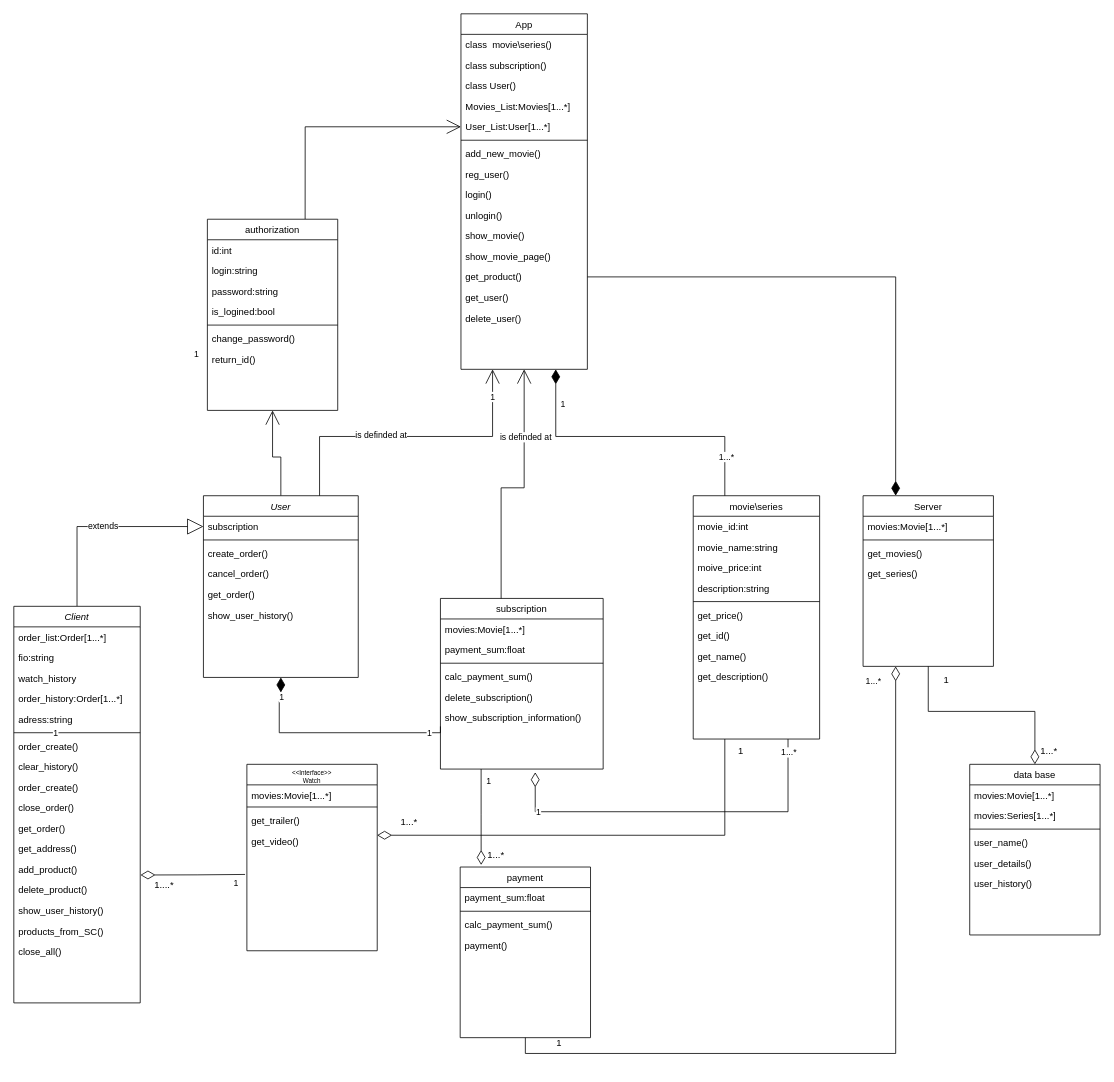
Earlier version of the draw.io diagram 2(classes).drawio (KarimFaik/MSSS). Source tidied: cells renumbered, new cells numbered last; positions are measured from the earlier drawing's top-left corner, leaving out a move shared by most shapes. Both pictures are drawn from the tidied source at 79%, with x=0, y=0 at pixel (13, 13).
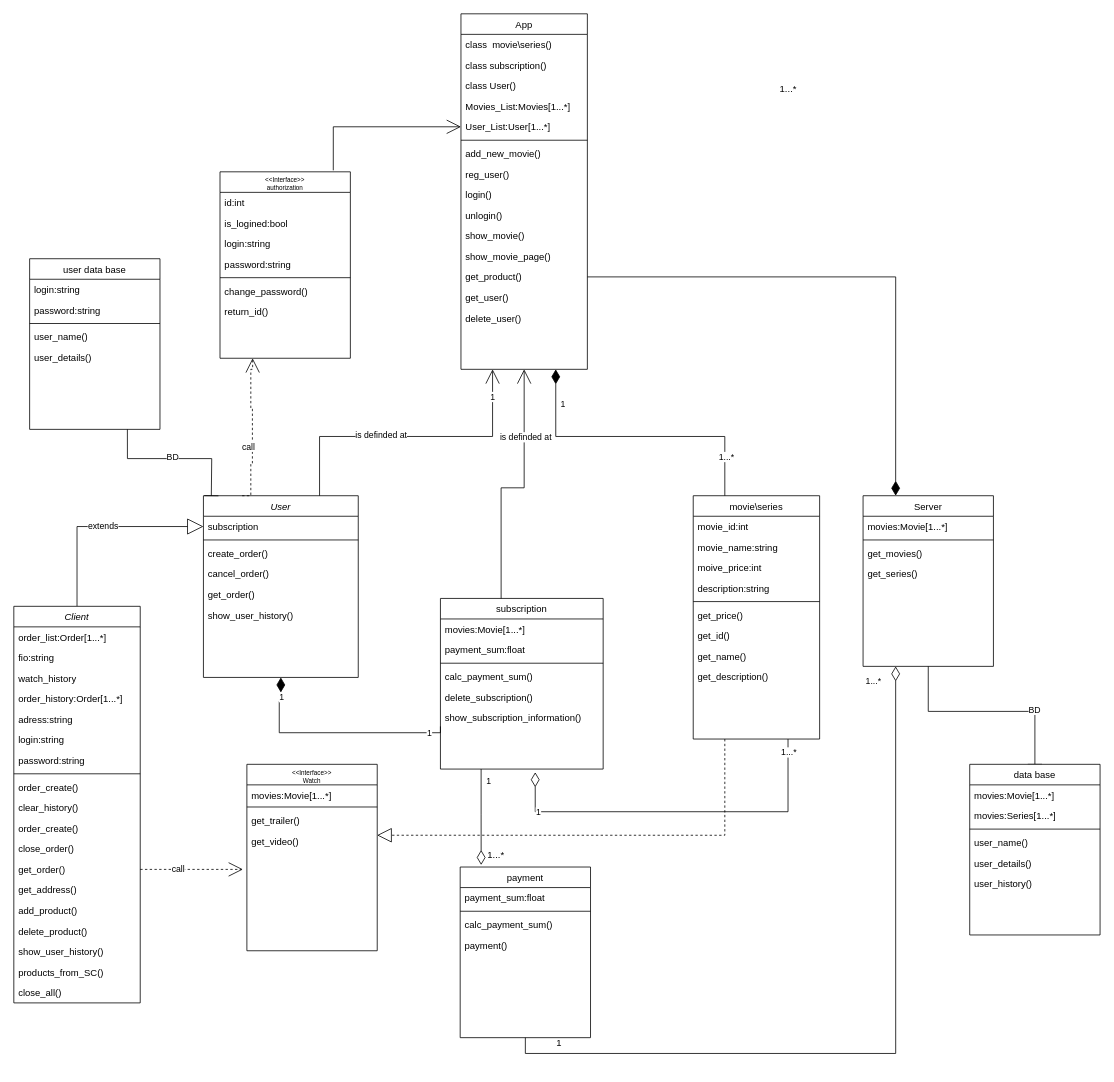
The same diagram, later.

The change refers to these unchanged cells:
```xml
<mxCell id="7" value="User_List:User[1...*]" style="text;align=left;verticalAlign=top;spacingLeft=4;spacingRight=4;overflow=hidden;points=[[0,0.5],[1,0.5]];portConstraint=eastwest;rounded=0;shadow=0;html=0;" parent="2" vertex="1">
  <mxGeometry y="130" width="160" height="26" as="geometry" />
</mxCell>
<mxCell id="19" value="User" style="swimlane;fontStyle=2;align=center;verticalAlign=top;horizontal=1;startSize=26;rounded=0;shadow=0;strokeWidth=1;" parent="1" vertex="1">
  <mxGeometry x="240" y="610" width="196" height="230" as="geometry" />
</mxCell>
<mxCell id="38" value="movie\series" style="swimlane;fontStyle=0;align=center;verticalAlign=top;horizontal=1;startSize=26;rounded=0;shadow=0;strokeWidth=1;" parent="1" vertex="1">
  <mxGeometry x="860" y="610" width="160" height="308" as="geometry" />
</mxCell>
<mxCell id="66" value="Client" style="swimlane;fontStyle=2;align=center;verticalAlign=top;horizontal=1;startSize=26;rounded=0;shadow=0;strokeWidth=1;" parent="1" vertex="1">
  <mxGeometry y="750" width="160" height="502" as="geometry" />
</mxCell>
<mxCell id="97" value="Server" style="swimlane;fontStyle=0;align=center;verticalAlign=top;horizontal=1;startSize=26;rounded=0;shadow=0;strokeWidth=1;" parent="1" vertex="1">
  <mxGeometry x="1075" y="610" width="165" height="216" as="geometry" />
</mxCell>
<mxCell id="102" value="data base" style="swimlane;fontStyle=0;align=center;verticalAlign=top;horizontal=1;startSize=26;rounded=0;shadow=0;strokeWidth=1;" parent="1" vertex="1">
  <mxGeometry x="1210" y="950" width="165" height="216" as="geometry" />
</mxCell>
<mxCell id="114" value="get_video()" style="text;align=left;verticalAlign=top;spacingLeft=4;spacingRight=4;overflow=hidden;points=[[0,0.5],[1,0.5]];portConstraint=eastwest;" parent="110" vertex="1">
  <mxGeometry y="84" width="165" height="26" as="geometry" />
</mxCell>
```

The edit, as a diff of the source:
```diff
@@
-    <mxCell id="18" style="edgeStyle=orthogonalEdgeStyle;rounded=0;jettySize=auto;html=1;exitX=0.5;exitY=0;exitDx=0;exitDy=0;entryX=0.5;entryY=1;entryDx=0;entryDy=0;endArrow=open;endFill=0;endSize=16;" parent="1" edge="1" source="19" target="87">
-      <mxGeometry relative="1" as="geometry" />
-    </mxCell>
@@
+    <mxCell id="89" value="login:string" style="text;align=left;verticalAlign=top;spacingLeft=4;spacingRight=4;overflow=hidden;rounded=0;shadow=0;html=0;" parent="66" vertex="1">
+      <mxGeometry y="156" width="160" height="26" as="geometry" />
+    </mxCell>
+    <mxCell id="90" value="password:string" style="text;align=left;verticalAlign=top;spacingLeft=4;spacingRight=4;overflow=hidden;rounded=0;shadow=0;html=0;" parent="66" vertex="1">
+      <mxGeometry y="182" width="160" height="26" as="geometry" />
+    </mxCell>
     <mxCell id="72" style="line;html=1;strokeWidth=1;align=left;verticalAlign=middle;spacingTop=-1;spacingLeft=3;spacingRight=3;labelPosition=right;" parent="66" vertex="1">
-      <mxGeometry y="156" width="160" height="8" as="geometry" />
+      <mxGeometry y="208" width="160" height="8" as="geometry" />
     </mxCell>
     <mxCell id="73" value="order_create()" style="text;align=left;verticalAlign=top;spacingLeft=4;spacingRight=4;overflow=hidden;" parent="66" vertex="1">
-      <mxGeometry y="164" width="160" height="26" as="geometry" />
+      <mxGeometry y="216" width="160" height="26" as="geometry" />
     </mxCell>
     <mxCell id="74" value="clear_history()" style="text;align=left;verticalAlign=top;spacingLeft=4;spacingRight=4;overflow=hidden;" parent="66" vertex="1">
-      <mxGeometry y="190" width="160" height="26" as="geometry" />
+      <mxGeometry y="242" width="160" height="26" as="geometry" />
     </mxCell>
     <mxCell id="75" value="order_create()" style="text;align=left;verticalAlign=top;spacingLeft=4;spacingRight=4;overflow=hidden;" parent="66" vertex="1">
-      <mxGeometry y="216" width="160" height="26" as="geometry" />
+      <mxGeometry y="268" width="160" height="26" as="geometry" />
     </mxCell>
     <mxCell id="76" value="close_order()" style="text;align=left;verticalAlign=top;spacingLeft=4;spacingRight=4;overflow=hidden;" parent="66" vertex="1">
-      <mxGeometry y="242" width="160" height="26" as="geometry" />
+      <mxGeometry y="294" width="160" height="26" as="geometry" />
     </mxCell>
     <mxCell id="77" value="get_order()" style="text;align=left;verticalAlign=top;spacingLeft=4;spacingRight=4;overflow=hidden;points=[[0,0.5],[1,0.5]];portConstraint=eastwest;" parent="66" vertex="1">
-      <mxGeometry y="268" width="160" height="26" as="geometry" />
+      <mxGeometry y="320" width="160" height="26" as="geometry" />
     </mxCell>
     <mxCell id="78" value="get_address()" style="text;align=left;verticalAlign=top;spacingLeft=4;spacingRight=4;overflow=hidden;" parent="66" vertex="1">
-      <mxGeometry y="294" width="160" height="26" as="geometry" />
+      <mxGeometry y="346" width="160" height="26" as="geometry" />
     </mxCell>
     <mxCell id="79" value="add_product()" style="text;align=left;verticalAlign=top;spacingLeft=4;spacingRight=4;overflow=hidden;" parent="66" vertex="1">
-      <mxGeometry y="320" width="160" height="26" as="geometry" />
+      <mxGeometry y="372" width="160" height="26" as="geometry" />
     </mxCell>
     <mxCell id="80" value="delete_product()" style="text;align=left;verticalAlign=top;spacingLeft=4;spacingRight=4;overflow=hidden;" parent="66" vertex="1">
-      <mxGeometry y="346" width="160" height="26" as="geometry" />
+      <mxGeometry y="398" width="160" height="26" as="geometry" />
     </mxCell>
     <mxCell id="81" value="show_user_history()" style="text;align=left;verticalAlign=top;spacingLeft=4;spacingRight=4;overflow=hidden;" parent="66" vertex="1">
-      <mxGeometry y="372" width="160" height="26" as="geometry" />
+      <mxGeometry y="424" width="160" height="26" as="geometry" />
     </mxCell>
     <mxCell id="82" value="products_from_SC()" style="text;align=left;verticalAlign=top;spacingLeft=4;spacingRight=4;overflow=hidden;" parent="66" vertex="1">
-      <mxGeometry y="398" width="160" height="26" as="geometry" />
+      <mxGeometry y="450" width="160" height="26" as="geometry" />
     </mxCell>
     <mxCell id="83" value="close_all()" style="text;align=left;verticalAlign=top;spacingLeft=4;spacingRight=4;overflow=hidden;" parent="66" vertex="1">
-      <mxGeometry y="424" width="160" height="26" as="geometry" />
+      <mxGeometry y="476" width="160" height="26" as="geometry" />
     </mxCell>
-    <mxCell id="84" value="1" style="edgeLabel;html=1;align=center;verticalAlign=middle;" parent="1" vertex="1">
-      <mxGeometry x="52.2" y="910.1" as="geometry" />
-    </mxCell>
-    <mxCell id="85" value="1" style="edgeLabel;html=1;align=center;verticalAlign=middle;" parent="1" vertex="1">
-      <mxGeometry x="230" y="430" as="geometry" />
-    </mxCell>
-    <mxCell id="86" style="edgeStyle=orthogonalEdgeStyle;rounded=0;jettySize=auto;html=1;exitX=0.75;exitY=0;exitDx=0;exitDy=0;entryX=0;entryY=0.5;entryDx=0;entryDy=0;endArrow=open;endFill=0;endSize=16;" parent="1" edge="1" source="87" target="7">
+    <mxCell id="86" style="edgeStyle=orthogonalEdgeStyle;rounded=0;jettySize=auto;html=1;exitX=0.869;exitY=-0.008;exitDx=0;exitDy=0;entryX=0;entryY=0.5;entryDx=0;entryDy=0;endArrow=open;endFill=0;endSize=16;exitPerimeter=0;" parent="1" edge="1" source="128" target="7">
       <mxGeometry relative="1" as="geometry" />
     </mxCell>
-    <mxCell id="87" value="authorization" style="swimlane;fontStyle=0;align=center;verticalAlign=top;horizontal=1;startSize=26;rounded=0;shadow=0;strokeWidth=1;" parent="1" vertex="1">
-      <mxGeometry x="245" y="260" width="165" height="242" as="geometry" />
-    </mxCell>
-    <mxCell id="88" value="id:int" style="text;align=left;verticalAlign=top;spacingLeft=4;spacingRight=4;overflow=hidden;rounded=0;shadow=0;html=0;" parent="87" vertex="1">
-      <mxGeometry y="26" width="165" height="26" as="geometry" />
-    </mxCell>
-    <mxCell id="89" value="login:string" style="text;align=left;verticalAlign=top;spacingLeft=4;spacingRight=4;overflow=hidden;rounded=0;shadow=0;html=0;" parent="87" vertex="1">
-      <mxGeometry y="52" width="165" height="26" as="geometry" />
-    </mxCell>
-    <mxCell id="90" value="password:string" style="text;align=left;verticalAlign=top;spacingLeft=4;spacingRight=4;overflow=hidden;rounded=0;shadow=0;html=0;" parent="87" vertex="1">
-      <mxGeometry y="78" width="165" height="26" as="geometry" />
-    </mxCell>
-    <mxCell id="91" value="is_logined:bool" style="text;align=left;verticalAlign=top;spacingLeft=4;spacingRight=4;overflow=hidden;rounded=0;shadow=0;html=0;" parent="87" vertex="1">
-      <mxGeometry y="104" width="165" height="26" as="geometry" />
-    </mxCell>
-    <mxCell id="92" style="line;html=1;strokeWidth=1;align=left;verticalAlign=middle;spacingTop=-1;spacingLeft=3;spacingRight=3;labelPosition=right;" parent="87" vertex="1">
-      <mxGeometry y="130" width="165" height="8" as="geometry" />
-    </mxCell>
-    <mxCell id="93" value="change_password()" style="text;align=left;verticalAlign=top;spacingLeft=4;spacingRight=4;overflow=hidden;" parent="87" vertex="1">
-      <mxGeometry y="138" width="165" height="26" as="geometry" />
-    </mxCell>
-    <mxCell id="94" value="return_id()" style="text;align=left;verticalAlign=top;spacingLeft=4;spacingRight=4;overflow=hidden;" parent="87" vertex="1">
-      <mxGeometry y="164" width="165" height="26" as="geometry" />
-    </mxCell>
@@
-    <mxCell id="96" style="edgeStyle=orthogonalEdgeStyle;rounded=0;jettySize=auto;html=1;exitX=0.5;exitY=1;exitDx=0;exitDy=0;entryX=0.5;entryY=0;entryDx=0;entryDy=0;endSize=16;endArrow=diamondThin;endFill=0;" parent="1" edge="1" source="97" target="102">
+    <mxCell id="96" style="edgeStyle=orthogonalEdgeStyle;rounded=0;jettySize=auto;html=1;exitX=0.5;exitY=1;exitDx=0;exitDy=0;entryX=0.5;entryY=0;entryDx=0;entryDy=0;endSize=16;endArrow=baseDash;endFill=0;" parent="1" edge="1" source="97" target="102">
       <mxGeometry relative="1" as="geometry" />
     </mxCell>
+    <mxCell id="126" value="BD" style="edgeLabel;html=1;align=center;verticalAlign=middle;" parent="96" vertex="1">
+      <mxGeometry x="0.47" y="3" relative="1" as="geometry">
+        <mxPoint x="1" as="offset" />
+      </mxGeometry>
+    </mxCell>
@@
-    <mxCell id="109" value="1" style="edgeLabel;html=1;align=center;verticalAlign=middle;" parent="1" vertex="1">
-      <mxGeometry x="280" y="1100" as="geometry" />
-    </mxCell>
@@
-    <mxCell id="117" style="edgeStyle=orthogonalEdgeStyle;rounded=0;jettySize=auto;html=1;exitX=0.25;exitY=1;exitDx=0;exitDy=0;entryX=0.999;entryY=0.222;entryDx=0;entryDy=0;endSize=16;endArrow=diamondThin;endFill=0;entryPerimeter=0;" parent="1" edge="1" source="38" target="114">
+    <mxCell id="117" style="edgeStyle=orthogonalEdgeStyle;rounded=0;jettySize=auto;html=1;exitX=0.25;exitY=1;exitDx=0;exitDy=0;entryX=0.999;entryY=0.222;entryDx=0;entryDy=0;endSize=16;endArrow=block;endFill=0;entryPerimeter=0;dashed=1;" parent="1" edge="1" source="38" target="114">
       <mxGeometry relative="1" as="geometry" />
     </mxCell>
-    <mxCell id="118" style="edgeStyle=orthogonalEdgeStyle;rounded=0;orthogonalLoop=1;jettySize=auto;html=1;exitX=-0.014;exitY=0.285;exitDx=0;exitDy=0;entryX=1.002;entryY=0.773;entryDx=0;entryDy=0;entryPerimeter=0;exitPerimeter=0;endSize=16;endArrow=diamondThin;endFill=0;" parent="1" edge="1">
+    <mxCell id="118" style="edgeStyle=orthogonalEdgeStyle;rounded=0;jettySize=auto;html=1;exitX=1;exitY=0.5;exitDx=0;exitDy=0;endSize=16;endArrow=open;endFill=0;dashed=1;" parent="1" edge="1" source="77">
       <mxGeometry relative="1" as="geometry">
-        <mxPoint x="292.7" y="1089.4" as="sourcePoint" />
-        <mxPoint x="160.3" y="1090.1" as="targetPoint" />
+        <mxPoint x="290" y="1083" as="targetPoint" />
       </mxGeometry>
     </mxCell>
-    <mxCell id="119" value="1" style="text;html=1;align=center;verticalAlign=middle;strokeColor=none;fillColor=none;" parent="1" vertex="1">
-      <mxGeometry x="1165" y="828" width="30" height="30" as="geometry" />
-    </mxCell>
-    <mxCell id="120" value="1...*" style="text;html=1;align=center;verticalAlign=middle;strokeColor=none;fillColor=none;" parent="1" vertex="1">
-      <mxGeometry x="1290" y="918" width="40" height="30" as="geometry" />
-    </mxCell>
+    <mxCell id="127" value="call" style="edgeLabel;html=1;align=center;verticalAlign=middle;" parent="118" vertex="1">
+      <mxGeometry x="-0.21" y="1" relative="1" as="geometry">
+        <mxPoint x="-5" as="offset" />
+      </mxGeometry>
+    </mxCell>
@@
-    <mxCell id="123" value="1....*" style="text;html=1;align=center;verticalAlign=middle;strokeColor=none;fillColor=none;" parent="1" vertex="1">
-      <mxGeometry x="165" y="1088" width="50" height="30" as="geometry" />
-    </mxCell>
-    <mxCell id="124" value="1...*" style="text;html=1;align=center;verticalAlign=middle;strokeColor=none;fillColor=none;" parent="1" vertex="1">
-      <mxGeometry x="480" y="1008" width="40" height="30" as="geometry" />
-    </mxCell>
-    <mxCell id="125" value="1" style="text;html=1;align=center;verticalAlign=middle;strokeColor=none;fillColor=none;" parent="1" vertex="1">
-      <mxGeometry x="905" y="918" width="30" height="30" as="geometry" />
-    </mxCell>
+    <mxCell id="128" value="&lt;&lt;Interface&gt;&gt;&#10;authorization" style="swimlane;fontStyle=0;align=center;verticalAlign=top;horizontal=1;startSize=26;rounded=0;shadow=0;strokeWidth=1;fontSize=8;" parent="1" vertex="1">
+      <mxGeometry x="261" y="200" width="165" height="236" as="geometry" />
+    </mxCell>
+    <mxCell id="88" value="id:int" style="text;align=left;verticalAlign=top;spacingLeft=4;spacingRight=4;overflow=hidden;rounded=0;shadow=0;html=0;" parent="128" vertex="1">
+      <mxGeometry y="26" width="165" height="26" as="geometry" />
+    </mxCell>
+    <mxCell id="91" value="is_logined:bool" style="text;align=left;verticalAlign=top;spacingLeft=4;spacingRight=4;overflow=hidden;rounded=0;shadow=0;html=0;" parent="128" vertex="1">
+      <mxGeometry y="52" width="165" height="26" as="geometry" />
+    </mxCell>
+    <mxCell id="129" value="login:string" style="text;align=left;verticalAlign=top;spacingLeft=4;spacingRight=4;overflow=hidden;rounded=0;shadow=0;html=0;" parent="128" vertex="1">
+      <mxGeometry y="78" width="165" height="26" as="geometry" />
+    </mxCell>
+    <mxCell id="130" value="password:string" style="text;align=left;verticalAlign=top;spacingLeft=4;spacingRight=4;overflow=hidden;rounded=0;shadow=0;html=0;" parent="128" vertex="1">
+      <mxGeometry y="104" width="165" height="26" as="geometry" />
+    </mxCell>
+    <mxCell id="92" style="line;html=1;strokeWidth=1;align=left;verticalAlign=middle;spacingTop=-1;spacingLeft=3;spacingRight=3;labelPosition=right;" parent="128" vertex="1">
+      <mxGeometry y="130" width="165" height="8" as="geometry" />
+    </mxCell>
+    <mxCell id="93" value="change_password()" style="text;align=left;verticalAlign=top;spacingLeft=4;spacingRight=4;overflow=hidden;" parent="128" vertex="1">
+      <mxGeometry y="138" width="165" height="26" as="geometry" />
+    </mxCell>
+    <mxCell id="94" value="return_id()" style="text;align=left;verticalAlign=top;spacingLeft=4;spacingRight=4;overflow=hidden;" parent="128" vertex="1">
+      <mxGeometry y="164" width="165" height="26" as="geometry" />
+    </mxCell>
+    <mxCell id="131" value="user data base" style="swimlane;fontStyle=0;align=center;verticalAlign=top;horizontal=1;startSize=26;rounded=0;shadow=0;strokeWidth=1;" parent="1" vertex="1">
+      <mxGeometry x="20" y="310" width="165" height="216" as="geometry" />
+    </mxCell>
+    <mxCell id="132" value="login:string" style="text;align=left;verticalAlign=top;spacingLeft=4;spacingRight=4;overflow=hidden;rounded=0;shadow=0;html=0;" parent="131" vertex="1">
+      <mxGeometry y="26" width="165" height="26" as="geometry" />
+    </mxCell>
+    <mxCell id="133" value="password:string" style="text;align=left;verticalAlign=top;spacingLeft=4;spacingRight=4;overflow=hidden;rounded=0;shadow=0;html=0;" parent="131" vertex="1">
+      <mxGeometry y="52" width="165" height="26" as="geometry" />
+    </mxCell>
+    <mxCell id="134" style="line;html=1;strokeWidth=1;align=left;verticalAlign=middle;spacingTop=-1;spacingLeft=3;spacingRight=3;labelPosition=right;" parent="131" vertex="1">
+      <mxGeometry y="78" width="165" height="8" as="geometry" />
+    </mxCell>
+    <mxCell id="135" value="user_name()" style="text;align=left;verticalAlign=top;spacingLeft=4;spacingRight=4;overflow=hidden;rounded=0;shadow=0;html=0;" parent="131" vertex="1">
+      <mxGeometry y="86" width="165" height="26" as="geometry" />
+    </mxCell>
+    <mxCell id="136" value="user_details()" style="text;align=left;verticalAlign=top;spacingLeft=4;spacingRight=4;overflow=hidden;rounded=0;shadow=0;html=0;" parent="131" vertex="1">
+      <mxGeometry y="112" width="165" height="26" as="geometry" />
+    </mxCell>
+    <mxCell id="137" value="1...*" style="text;html=1;align=center;verticalAlign=middle;strokeColor=none;fillColor=none;" parent="1" vertex="1">
+      <mxGeometry x="960" y="80" width="40" height="30" as="geometry" />
+    </mxCell>
+    <mxCell id="138" style="edgeStyle=orthogonalEdgeStyle;rounded=0;jettySize=auto;html=1;exitX=0.25;exitY=0;exitDx=0;exitDy=0;endSize=16;endArrow=open;endFill=0;dashed=1;entryX=0.25;entryY=1;entryDx=0;entryDy=0;" parent="1" edge="1" source="19" target="128">
+      <mxGeometry relative="1" as="geometry">
+        <Array as="points">
+          <mxPoint x="300" y="610" />
+          <mxPoint x="300" y="570" />
+          <mxPoint x="302" y="570" />
+          <mxPoint x="302" y="500" />
+          <mxPoint x="300" y="500" />
+          <mxPoint x="300" y="450" />
+          <mxPoint x="302" y="450" />
+        </Array>
+      </mxGeometry>
+    </mxCell>
+    <mxCell id="139" value="call" style="edgeLabel;html=1;align=center;verticalAlign=middle;" parent="138" vertex="1">
+      <mxGeometry x="-0.21" y="1" relative="1" as="geometry">
+        <mxPoint x="-5" as="offset" />
+      </mxGeometry>
+    </mxCell>
+    <mxCell id="140" style="edgeStyle=orthogonalEdgeStyle;rounded=0;jettySize=auto;html=1;exitX=0.75;exitY=1;exitDx=0;exitDy=0;endSize=16;endArrow=baseDash;endFill=0;" parent="1" edge="1" source="131">
+      <mxGeometry relative="1" as="geometry">
+        <mxPoint x="250" y="610" as="targetPoint" />
+      </mxGeometry>
+    </mxCell>
+    <mxCell id="141" value="BD" style="edgeLabel;html=1;align=center;verticalAlign=middle;" parent="140" vertex="1">
+      <mxGeometry x="-0.01" y="3" relative="1" as="geometry" />
+    </mxCell>
```
